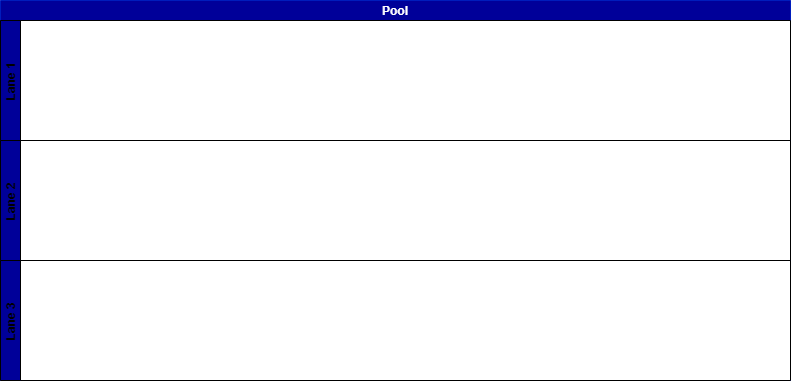
The draw.io diagram TI-Fluxograma-Luminar/diagrama-TI-grupo08.dio.png in Projeto-Luminar/documentacao, before a commit. Source tidied: cells renumbered, new cells last; positions are measured from the earlier drawing's top-left corner, leaving out a move shared by most shapes.
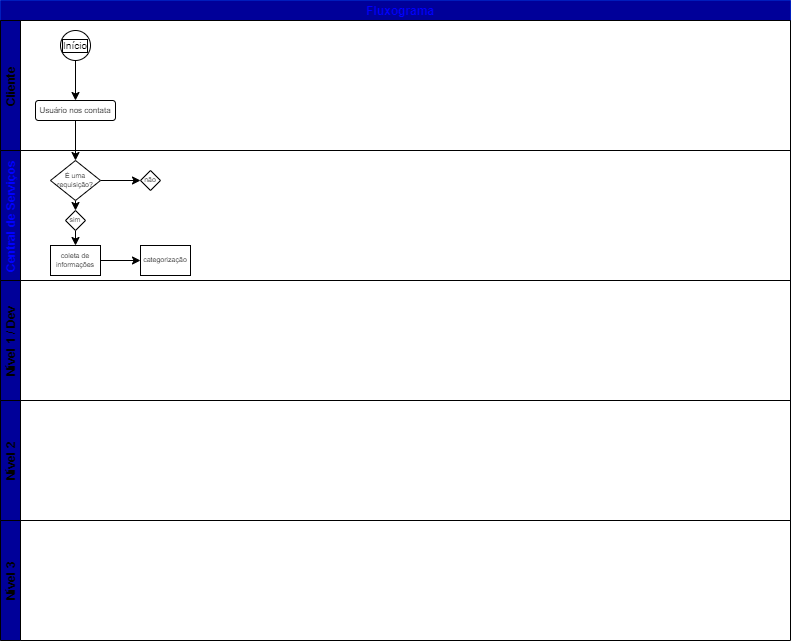
After the change.

Commit message:
parte de inicio do fluxograma

Change to the diagram source:
```diff
@@ -2,17 +2,62 @@
   <root>
     <mxCell id="0" />
     <mxCell id="1" parent="0" />
-    <mxCell id="2" value="Pool" style="swimlane;horizontal=1;startSize=20;fillColor=#000099;fontColor=#ffffff;strokeColor=#001DBC;gradientColor=none;" parent="1" vertex="1">
-      <mxGeometry width="790" height="380" as="geometry" />
+    <mxCell id="2" value="   Fluxograma" style="swimlane;horizontal=1;startSize=20;fillColor=#000099;fontColor=#0000FF;strokeColor=#001DBC;gradientColor=none;verticalAlign=middle;" parent="1" vertex="1">
+      <mxGeometry width="790" height="520" as="geometry" />
     </mxCell>
-    <mxCell id="3" value="Lane 1" style="swimlane;startSize=20;horizontal=0;fillColor=#000099;" parent="2" vertex="1">
-      <mxGeometry y="20" width="790" height="120" as="geometry" />
+    <mxCell id="3" value="Cliente" style="swimlane;startSize=20;horizontal=0;fillColor=#000099;" parent="2" vertex="1">
+      <mxGeometry y="20" width="790" height="130" as="geometry" />
     </mxCell>
+    <mxCell id="6" value="&lt;font style=&quot;font-size: 10px;&quot;&gt;Início&lt;/font&gt;" style="ellipse;whiteSpace=wrap;html=1;gradientColor=none;fillColor=#FFFFFF;fontSize=10;labelBackgroundColor=none;labelBorderColor=default;fontColor=#000000;" parent="3" vertex="1">
+      <mxGeometry x="60" y="10" width="30" height="30" as="geometry" />
+    </mxCell>
+    <mxCell id="7" value="&lt;p style=&quot;line-height: 1.2 ; font-size: 8px&quot;&gt;Usuário nos contata&lt;/p&gt;" style="rounded=1;whiteSpace=wrap;html=1;fontColor=#000000;fillColor=#FFFFFF;gradientColor=none;" parent="3" vertex="1">
+      <mxGeometry x="35" y="80" width="80" height="20" as="geometry" />
+    </mxCell>
+    <mxCell id="8" style="endArrow=classic;html=1;fontColor=#000000;exitX=0.5;exitY=1;exitDx=0;exitDy=0;" parent="3" edge="1" source="6" target="7">
+      <mxGeometry relative="1" as="geometry" />
+    </mxCell>
+    <mxCell id="9" value="Central de Serviços" style="swimlane;startSize=20;horizontal=0;fillColor=#000099;fontColor=#0000FF;" parent="2" vertex="1">
+      <mxGeometry y="150" width="790" height="130" as="geometry" />
+    </mxCell>
+    <mxCell id="10" style="edgeStyle=none;html=1;fontSize=7;fontColor=#000000;entryX=0.5;entryY=0;entryDx=0;entryDy=0;" parent="9" edge="1" source="12" target="16">
+      <mxGeometry relative="1" as="geometry" />
+    </mxCell>
+    <mxCell id="11" style="edgeStyle=none;html=1;fontSize=7;fontColor=#000000;" parent="9" edge="1" source="12" target="17">
+      <mxGeometry relative="1" as="geometry" />
+    </mxCell>
+    <mxCell id="12" value="É uma requisição?" style="rhombus;whiteSpace=wrap;html=1;fontSize=7;fontColor=#000000;fillColor=#FFFFFF;gradientColor=none;labelBackgroundColor=none;" parent="9" vertex="1">
+      <mxGeometry x="50" y="10" width="50" height="40" as="geometry" />
+    </mxCell>
+    <mxCell id="13" style="edgeStyle=none;html=1;fontSize=7;fontColor=#000000;" parent="9" edge="1" source="14" target="18">
+      <mxGeometry relative="1" as="geometry" />
+    </mxCell>
+    <mxCell id="14" value="&lt;font color=&quot;#000000&quot;&gt;coleta de informações&lt;/font&gt;" style="rounded=0;whiteSpace=wrap;html=1;labelBackgroundColor=none;fontSize=7;fontColor=#0000FF;fillColor=#FFFFFF;gradientColor=none;" parent="9" vertex="1">
+      <mxGeometry x="50" y="95" width="50" height="30" as="geometry" />
+    </mxCell>
+    <mxCell id="15" style="edgeStyle=none;html=1;fontSize=7;fontColor=#000000;" parent="9" edge="1" source="16" target="14">
+      <mxGeometry relative="1" as="geometry" />
+    </mxCell>
+    <mxCell id="16" value="&lt;font color=&quot;#000000&quot;&gt;sim&lt;/font&gt;" style="rhombus;whiteSpace=wrap;html=1;labelBackgroundColor=none;fontSize=7;fontColor=#0000FF;fillColor=#FFFFFF;gradientColor=none;" parent="9" vertex="1">
+      <mxGeometry x="65" y="60" width="20" height="20" as="geometry" />
+    </mxCell>
+    <mxCell id="17" value="&lt;font color=&quot;#000000&quot;&gt;não&lt;/font&gt;" style="rhombus;whiteSpace=wrap;html=1;labelBackgroundColor=none;fontSize=7;fontColor=#0000FF;fillColor=#FFFFFF;gradientColor=none;" parent="9" vertex="1">
+      <mxGeometry x="140" y="20" width="20" height="20" as="geometry" />
+    </mxCell>
+    <mxCell id="18" value="&lt;font color=&quot;#000000&quot;&gt;categorização&lt;/font&gt;" style="rounded=0;whiteSpace=wrap;html=1;labelBackgroundColor=none;fontSize=7;fontColor=#0000FF;fillColor=#FFFFFF;gradientColor=none;" parent="9" vertex="1">
+      <mxGeometry x="140" y="95" width="50" height="30" as="geometry" />
+    </mxCell>
-    <mxCell id="4" value="Lane 2" style="swimlane;startSize=20;horizontal=0;fillColor=#000099;" parent="2" vertex="1">
-      <mxGeometry y="140" width="790" height="120" as="geometry" />
+    <mxCell id="4" value="Nível 1 / Dev" style="swimlane;startSize=20;horizontal=0;fillColor=#000099;" parent="2" vertex="1">
+      <mxGeometry y="280" width="790" height="120" as="geometry" />
     </mxCell>
-    <mxCell id="5" value="Lane 3" style="swimlane;startSize=20;horizontal=0;labelBackgroundColor=#000099;fillColor=#000099;gradientColor=none;" parent="2" vertex="1">
-      <mxGeometry y="260" width="790" height="120" as="geometry" />
+    <mxCell id="5" value="Nível 2" style="swimlane;startSize=20;horizontal=0;labelBackgroundColor=#000099;fillColor=#000099;gradientColor=none;" parent="2" vertex="1">
+      <mxGeometry y="400" width="790" height="120" as="geometry" />
     </mxCell>
+    <mxCell id="19" style="endArrow=classic;html=1;fontSize=8;fontColor=#000000;exitX=0.5;exitY=1;exitDx=0;exitDy=0;" parent="2" edge="1" source="7" target="12">
+      <mxGeometry relative="1" as="geometry" />
+    </mxCell>
+    <mxCell id="20" value="Nível 3" style="swimlane;startSize=20;horizontal=0;labelBackgroundColor=#000099;fillColor=#000099;gradientColor=none;" parent="1" vertex="1">
+      <mxGeometry y="520" width="790" height="120" as="geometry" />
+    </mxCell>
   </root>
 </mxGraphModel>
```
